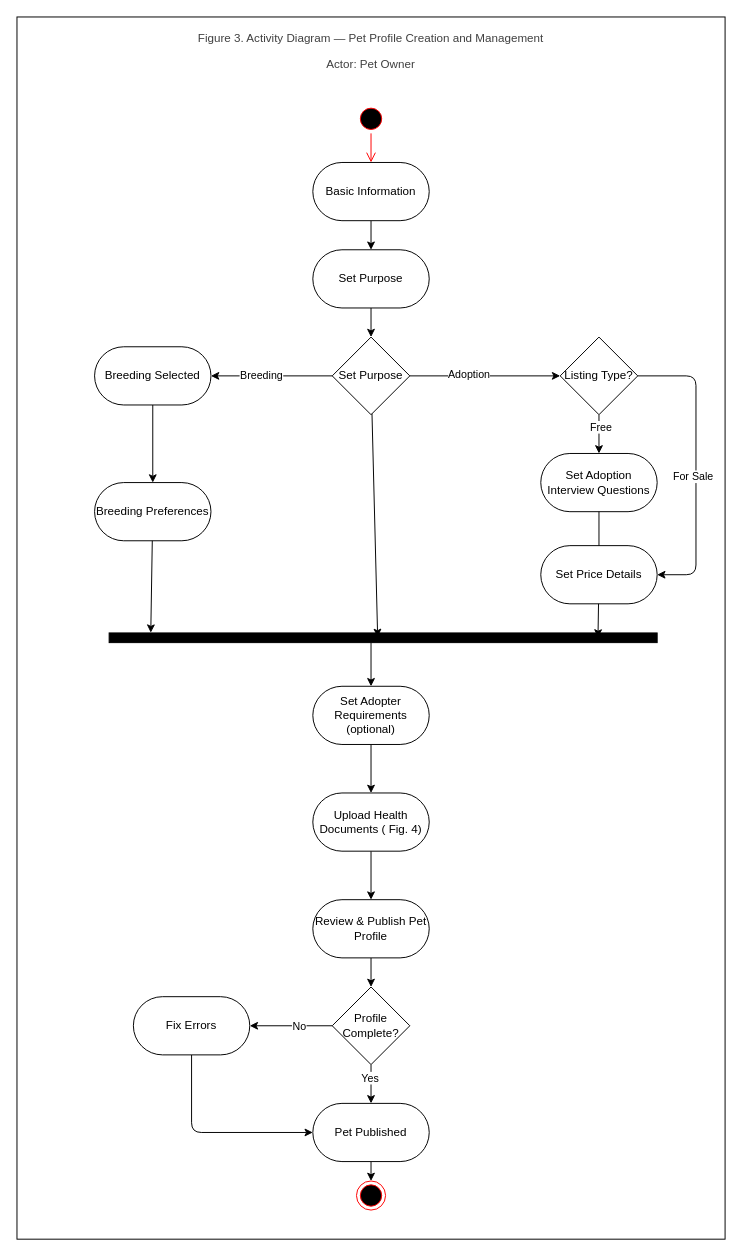
Chels013/Breedr-Diagrams keeps this draw.io diagram as ActivityDiagram_Figure3_USALLA.drawio. Above is the earlier version. Source tidied: cells renumbered, new cells numbered last; positions are measured from the earlier drawing's top-left corner, leaving out a move shared by most shapes. Both pictures are drawn from the tidied source at 97%, with x=0, y=0 at pixel (16, 16).
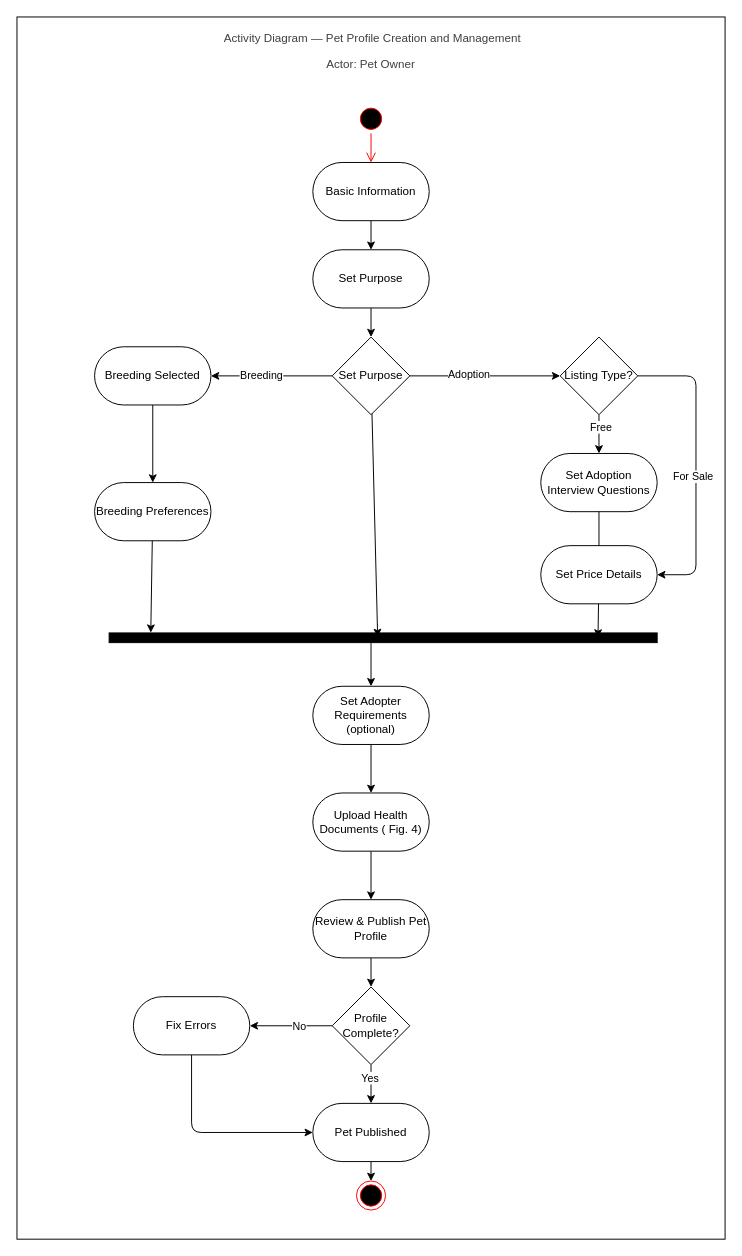
The same page after the edit.

Commit message (it also covers changes not shown here):
Renaming Activity Diagrams

Diff of the diagram source:
```diff
@@
-    <mxCell id="3" value="&lt;p&gt;&lt;span style=&quot;color: rgb(63, 63, 63); background-color: transparent;&quot;&gt;Figure 3. Activity Diagram — Pet Profile Creation and Management&lt;/span&gt;&lt;/p&gt;&lt;p&gt;&lt;span style=&quot;color: rgb(63, 63, 63); background-color: transparent;&quot;&gt;Actor: Pet Owner&lt;/span&gt;&lt;/p&gt;" style="text;html=1;align=center;verticalAlign=middle;whiteSpace=wrap;rounded=0;" parent="1" vertex="1">
+    <mxCell id="3" value="&lt;p&gt;&lt;span style=&quot;color: rgb(63, 63, 63); background-color: transparent;&quot;&gt;&amp;nbsp;Activity Diagram — Pet Profile Creation and Management&lt;/span&gt;&lt;/p&gt;&lt;p&gt;&lt;span style=&quot;color: rgb(63, 63, 63); background-color: transparent;&quot;&gt;Actor: Pet Owner&lt;/span&gt;&lt;/p&gt;" style="text;html=1;align=center;verticalAlign=middle;whiteSpace=wrap;rounded=0;" parent="1" vertex="1">
       <mxGeometry x="170" y="20" width="390" height="30" as="geometry" />
     </mxCell>
```
